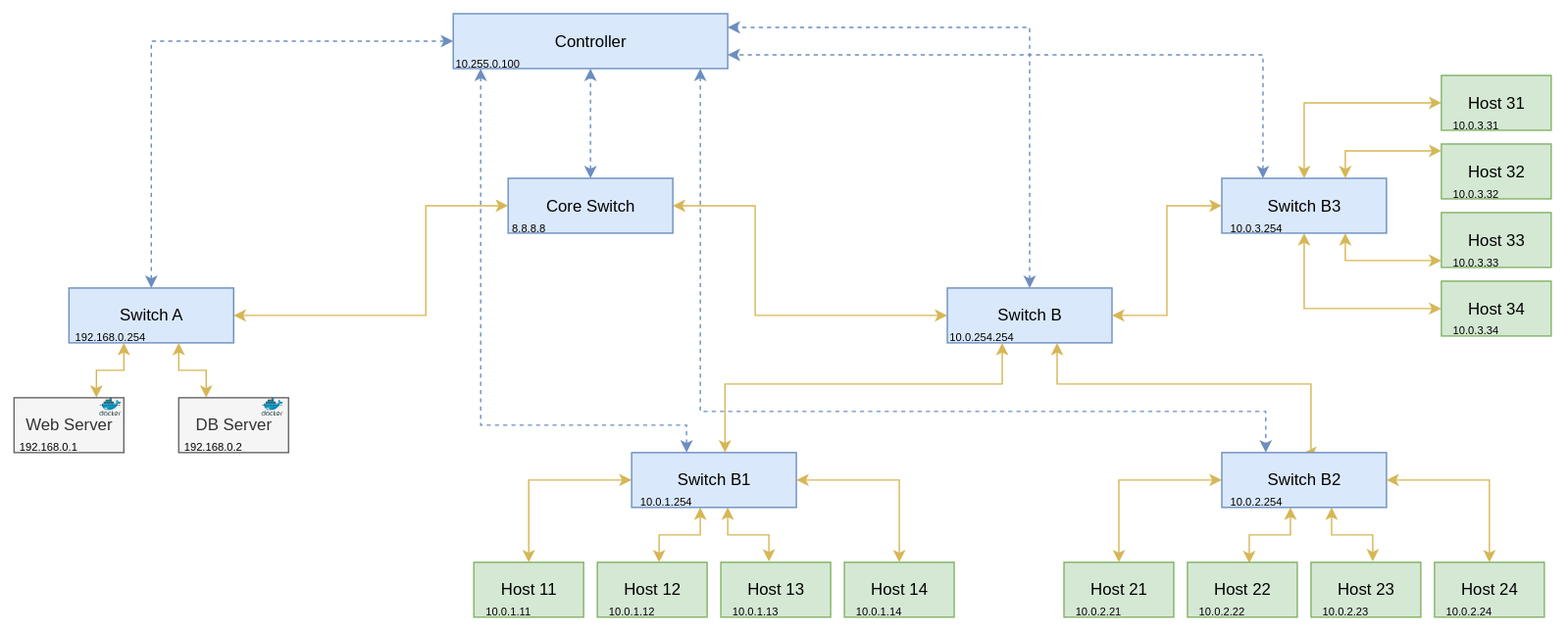
This is assets/topology.drawio.svg from DavideZanolini/sdn-nids-ml, a draw.io export, as it was before one commit. Source tidied: cells renumbered, new cells last; positions are measured from the earlier drawing's top-left corner, leaving out a move shared by most shapes.
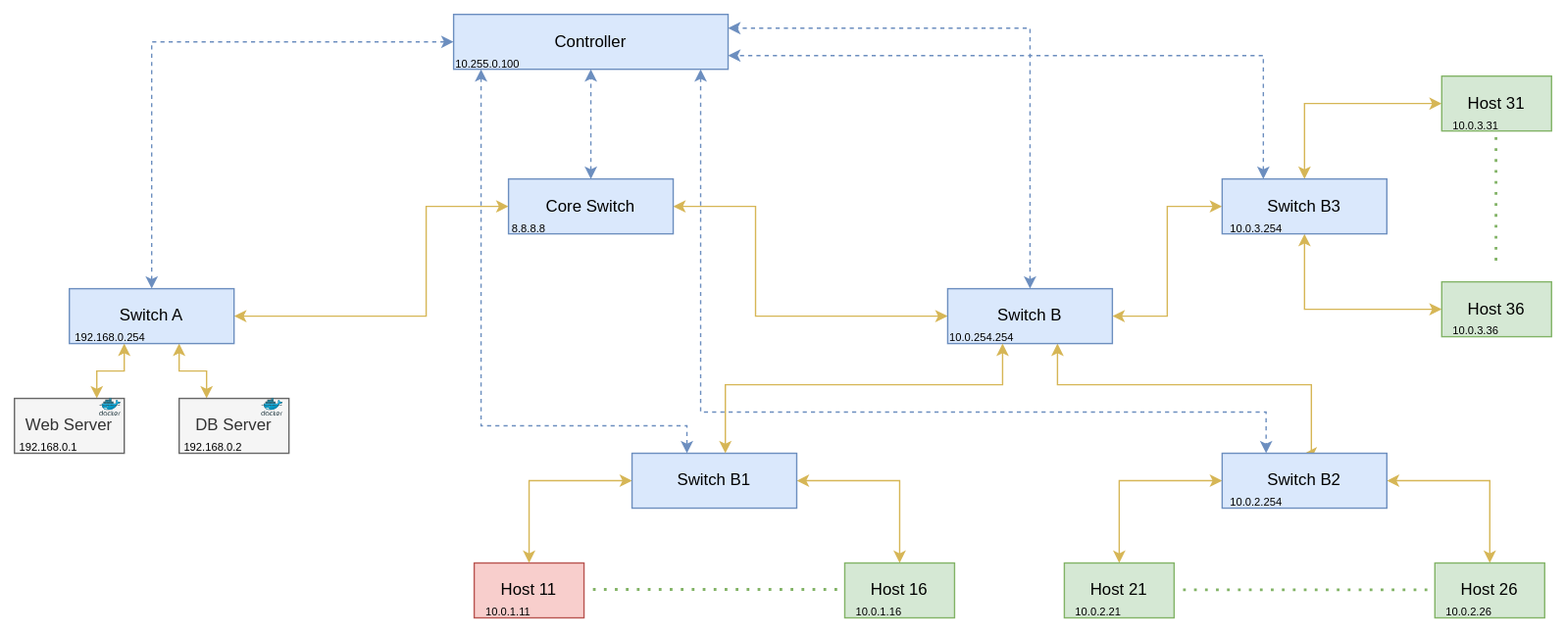
After the commit.

Change to the diagram source:
```diff
@@ -2,12 +2,9 @@
   <root>
     <mxCell id="0" />
     <mxCell id="1" parent="0" />
-    <mxCell id="2" value="Host 11" style="rounded=0;whiteSpace=wrap;html=1;fillColor=#d5e8d4;strokeColor=#82b366;" parent="1" vertex="1">
+    <mxCell id="2" value="Host 11" style="rounded=0;whiteSpace=wrap;html=1;fillColor=#f8cecc;strokeColor=#b85450;" parent="1" vertex="1">
       <mxGeometry x="335" y="400" width="80" height="40" as="geometry" />
     </mxCell>
-    <mxCell id="3" value="Host 12" style="rounded=0;whiteSpace=wrap;html=1;fillColor=#d5e8d4;strokeColor=#82b366;" parent="1" vertex="1">
-      <mxGeometry x="425" y="400" width="80" height="40" as="geometry" />
-    </mxCell>
     <mxCell id="4" style="edgeStyle=orthogonalEdgeStyle;rounded=0;jettySize=auto;html=1;fillColor=#dae8fc;strokeColor=#6c8ebf;startArrow=classic;startFill=1;dashed=1;" parent="1" edge="1" source="6">
       <mxGeometry relative="1" as="geometry">
         <mxPoint x="490" y="320" as="targetPoint" />
@@ -100,25 +97,6 @@
     <mxCell id="19" style="edgeStyle=orthogonalEdgeStyle;rounded=0;jettySize=auto;html=1;entryX=0.5;entryY=0;entryDx=0;entryDy=0;startArrow=classic;startFill=1;fillColor=#fff2cc;strokeColor=#d6b656;" parent="1" edge="1" source="22" target="29">
       <mxGeometry relative="1" as="geometry" />
     </mxCell>
-    <mxCell id="20" style="edgeStyle=orthogonalEdgeStyle;rounded=0;jettySize=auto;html=1;startArrow=classic;startFill=1;fillColor=#fff2cc;strokeColor=#d6b656;" parent="1" edge="1" source="22">
-      <mxGeometry relative="1" as="geometry">
-        <mxPoint x="470" y="400" as="targetPoint" />
-        <Array as="points">
-          <mxPoint x="500" y="380" />
-          <mxPoint x="470" y="380" />
-          <mxPoint x="470" y="400" />
-        </Array>
-      </mxGeometry>
-    </mxCell>
-    <mxCell id="21" style="edgeStyle=orthogonalEdgeStyle;rounded=0;jettySize=auto;html=1;entryX=0.443;entryY=-0.013;entryDx=0;entryDy=0;startArrow=classic;startFill=1;fillColor=#fff2cc;strokeColor=#d6b656;entryPerimeter=0;" parent="1" edge="1" source="22" target="28">
-      <mxGeometry relative="1" as="geometry">
-        <Array as="points">
-          <mxPoint x="520" y="380" />
-          <mxPoint x="550" y="380" />
-          <mxPoint x="550" y="400" />
-        </Array>
-      </mxGeometry>
-    </mxCell>
     <mxCell id="22" value="Switch B1" style="rounded=0;whiteSpace=wrap;html=1;fillColor=#dae8fc;strokeColor=#6c8ebf;" parent="1" vertex="1">
       <mxGeometry x="450" y="320" width="120" height="40" as="geometry" />
     </mxCell>
@@ -128,43 +106,16 @@
     <mxCell id="24" style="edgeStyle=orthogonalEdgeStyle;rounded=0;jettySize=auto;html=1;entryX=0.5;entryY=0;entryDx=0;entryDy=0;fillColor=#fff2cc;strokeColor=#d6b656;startArrow=classic;startFill=1;" parent="1" edge="1" source="27" target="33">
       <mxGeometry relative="1" as="geometry" />
     </mxCell>
-    <mxCell id="25" style="edgeStyle=orthogonalEdgeStyle;rounded=0;jettySize=auto;html=1;entryX=0.556;entryY=-0.016;entryDx=0;entryDy=0;fillColor=#fff2cc;strokeColor=#d6b656;startArrow=classic;startFill=1;entryPerimeter=0;" parent="1" edge="1" source="27" target="32">
-      <mxGeometry relative="1" as="geometry">
-        <Array as="points">
-          <mxPoint x="960" y="380" />
-          <mxPoint x="990" y="380" />
-          <mxPoint x="990" y="399" />
-        </Array>
-      </mxGeometry>
-    </mxCell>
-    <mxCell id="26" style="edgeStyle=orthogonalEdgeStyle;rounded=0;jettySize=auto;html=1;entryX=0.56;entryY=0.016;entryDx=0;entryDy=0;fillColor=#fff2cc;strokeColor=#d6b656;startArrow=classic;startFill=1;entryPerimeter=0;" parent="1" edge="1" source="27" target="31">
-      <mxGeometry relative="1" as="geometry">
-        <Array as="points">
-          <mxPoint x="930" y="380" />
-          <mxPoint x="900" y="380" />
-          <mxPoint x="900" y="401" />
-        </Array>
-      </mxGeometry>
-    </mxCell>
     <mxCell id="27" value="Switch B2" style="rounded=0;whiteSpace=wrap;html=1;fillColor=#dae8fc;strokeColor=#6c8ebf;" parent="1" vertex="1">
       <mxGeometry x="880" y="320" width="120" height="40" as="geometry" />
     </mxCell>
-    <mxCell id="28" value="Host 13" style="rounded=0;whiteSpace=wrap;html=1;fillColor=#d5e8d4;strokeColor=#82b366;" parent="1" vertex="1">
-      <mxGeometry x="515" y="400" width="80" height="40" as="geometry" />
-    </mxCell>
-    <mxCell id="29" value="Host 14" style="rounded=0;whiteSpace=wrap;html=1;fillColor=#d5e8d4;strokeColor=#82b366;" parent="1" vertex="1">
+    <mxCell id="29" value="Host 16" style="rounded=0;whiteSpace=wrap;html=1;fillColor=#d5e8d4;strokeColor=#82b366;" parent="1" vertex="1">
       <mxGeometry x="605" y="400" width="80" height="40" as="geometry" />
     </mxCell>
     <mxCell id="30" value="Host 21" style="rounded=0;whiteSpace=wrap;html=1;fillColor=#d5e8d4;strokeColor=#82b366;" parent="1" vertex="1">
       <mxGeometry x="765" y="400" width="80" height="40" as="geometry" />
     </mxCell>
-    <mxCell id="31" value="Host 22" style="rounded=0;whiteSpace=wrap;html=1;fillColor=#d5e8d4;strokeColor=#82b366;" parent="1" vertex="1">
-      <mxGeometry x="855" y="400" width="80" height="40" as="geometry" />
-    </mxCell>
-    <mxCell id="32" value="Host 23" style="rounded=0;whiteSpace=wrap;html=1;fillColor=#d5e8d4;strokeColor=#82b366;" parent="1" vertex="1">
-      <mxGeometry x="945" y="400" width="80" height="40" as="geometry" />
-    </mxCell>
-    <mxCell id="33" value="Host 24" style="rounded=0;whiteSpace=wrap;html=1;fillColor=#d5e8d4;strokeColor=#82b366;" parent="1" vertex="1">
+    <mxCell id="33" value="Host 26" style="rounded=0;whiteSpace=wrap;html=1;fillColor=#d5e8d4;strokeColor=#82b366;" parent="1" vertex="1">
       <mxGeometry x="1035" y="400" width="80" height="40" as="geometry" />
     </mxCell>
     <mxCell id="34" style="edgeStyle=orthogonalEdgeStyle;rounded=0;jettySize=auto;html=1;fillColor=#fff2cc;strokeColor=#d6b656;startArrow=classic;startFill=1;" parent="1" edge="1" source="17">
@@ -205,31 +156,9 @@
     <mxCell id="41" value="Host 31" style="rounded=0;whiteSpace=wrap;html=1;fillColor=#d5e8d4;strokeColor=#82b366;" parent="1" vertex="1">
       <mxGeometry x="1040" y="45" width="80" height="40" as="geometry" />
     </mxCell>
-    <mxCell id="42" value="Host 32" style="rounded=0;whiteSpace=wrap;html=1;fillColor=#d5e8d4;strokeColor=#82b366;" parent="1" vertex="1">
-      <mxGeometry x="1040" y="95" width="80" height="40" as="geometry" />
-    </mxCell>
-    <mxCell id="43" value="Host 33" style="rounded=0;whiteSpace=wrap;html=1;fillColor=#d5e8d4;strokeColor=#82b366;" parent="1" vertex="1">
-      <mxGeometry x="1040" y="145" width="80" height="40" as="geometry" />
-    </mxCell>
-    <mxCell id="44" value="Host 34" style="rounded=0;whiteSpace=wrap;html=1;fillColor=#d5e8d4;strokeColor=#82b366;" parent="1" vertex="1">
+    <mxCell id="44" value="Host 36" style="rounded=0;whiteSpace=wrap;html=1;fillColor=#d5e8d4;strokeColor=#82b366;" parent="1" vertex="1">
       <mxGeometry x="1040" y="195" width="80" height="40" as="geometry" />
     </mxCell>
-    <mxCell id="45" style="edgeStyle=orthogonalEdgeStyle;rounded=0;jettySize=auto;html=1;entryX=0;entryY=0.375;entryDx=0;entryDy=0;entryPerimeter=0;startArrow=classic;startFill=1;fillColor=#fff2cc;strokeColor=#d6b656;exitX=0.75;exitY=0;exitDx=0;exitDy=0;" parent="1" edge="1" source="40">
-      <mxGeometry relative="1" as="geometry">
-        <mxPoint x="1040" y="100" as="targetPoint" />
-        <Array as="points">
-          <mxPoint x="970" y="100" />
-        </Array>
-      </mxGeometry>
-    </mxCell>
-    <mxCell id="46" style="edgeStyle=orthogonalEdgeStyle;rounded=0;jettySize=auto;html=1;startArrow=classic;startFill=1;fillColor=#fff2cc;strokeColor=#d6b656;" parent="1" edge="1" source="43">
-      <mxGeometry relative="1" as="geometry">
-        <mxPoint x="970" y="160" as="targetPoint" />
-        <Array as="points">
-          <mxPoint x="970" y="180" />
-        </Array>
-      </mxGeometry>
-    </mxCell>
     <mxCell id="47" style="edgeStyle=orthogonalEdgeStyle;rounded=0;jettySize=auto;html=1;startArrow=classic;startFill=1;dashed=1;fillColor=#dae8fc;strokeColor=#6c8ebf;entryX=1;entryY=0.75;entryDx=0;entryDy=0;exitX=0.25;exitY=0;exitDx=0;exitDy=0;" parent="1" edge="1" source="40" target="6">
       <mxGeometry relative="1" as="geometry">
         <Array as="points">
@@ -249,37 +178,19 @@
     <mxCell id="51" value="&lt;font style=&quot;font-size: 8px;&quot;&gt;10.0.1.11&lt;/font&gt;" style="text;html=1;whiteSpace=wrap;strokeColor=none;fillColor=none;align=center;verticalAlign=middle;rounded=0;" parent="1" vertex="1">
       <mxGeometry x="335" y="430" width="50" height="10" as="geometry" />
     </mxCell>
-    <mxCell id="52" value="&lt;font style=&quot;font-size: 8px;&quot;&gt;10.0.1.12&lt;/font&gt;" style="text;html=1;whiteSpace=wrap;strokeColor=none;fillColor=none;align=center;verticalAlign=middle;rounded=0;" parent="1" vertex="1">
-      <mxGeometry x="425" y="430" width="50" height="10" as="geometry" />
-    </mxCell>
-    <mxCell id="53" value="&lt;font style=&quot;font-size: 8px;&quot;&gt;10.0.1.13&lt;/font&gt;" style="text;html=1;whiteSpace=wrap;strokeColor=none;fillColor=none;align=center;verticalAlign=middle;rounded=0;" parent="1" vertex="1">
-      <mxGeometry x="515" y="430" width="50" height="10" as="geometry" />
-    </mxCell>
-    <mxCell id="54" value="&lt;font style=&quot;font-size: 8px;&quot;&gt;10.0.1.14&lt;/font&gt;" style="text;html=1;whiteSpace=wrap;strokeColor=none;fillColor=none;align=center;verticalAlign=middle;rounded=0;" parent="1" vertex="1">
+    <mxCell id="54" value="&lt;font style=&quot;font-size: 8px;&quot;&gt;10.0.1.16&lt;/font&gt;" style="text;html=1;whiteSpace=wrap;strokeColor=none;fillColor=none;align=center;verticalAlign=middle;rounded=0;" parent="1" vertex="1">
       <mxGeometry x="605" y="430" width="50" height="10" as="geometry" />
     </mxCell>
-    <mxCell id="55" value="&lt;font style=&quot;font-size: 8px;&quot;&gt;10.0.2.22&lt;/font&gt;" style="text;html=1;whiteSpace=wrap;strokeColor=none;fillColor=none;align=center;verticalAlign=middle;rounded=0;" parent="1" vertex="1">
-      <mxGeometry x="855" y="430" width="50" height="10" as="geometry" />
-    </mxCell>
     <mxCell id="56" value="&lt;font style=&quot;font-size: 8px;&quot;&gt;10.0.2.21&lt;/font&gt;" style="text;html=1;whiteSpace=wrap;strokeColor=none;fillColor=none;align=center;verticalAlign=middle;rounded=0;" parent="1" vertex="1">
       <mxGeometry x="765" y="430" width="50" height="10" as="geometry" />
     </mxCell>
-    <mxCell id="57" value="&lt;font style=&quot;font-size: 8px;&quot;&gt;10.0.2.23&lt;/font&gt;" style="text;html=1;whiteSpace=wrap;strokeColor=none;fillColor=none;align=center;verticalAlign=middle;rounded=0;" parent="1" vertex="1">
-      <mxGeometry x="945" y="430" width="50" height="10" as="geometry" />
-    </mxCell>
-    <mxCell id="58" value="&lt;font style=&quot;font-size: 8px;&quot;&gt;10.0.2.24&lt;/font&gt;" style="text;html=1;whiteSpace=wrap;strokeColor=none;fillColor=none;align=center;verticalAlign=middle;rounded=0;" parent="1" vertex="1">
+    <mxCell id="58" value="&lt;font style=&quot;font-size: 8px;&quot;&gt;10.0.2.26&lt;/font&gt;" style="text;html=1;whiteSpace=wrap;strokeColor=none;fillColor=none;align=center;verticalAlign=middle;rounded=0;" parent="1" vertex="1">
       <mxGeometry x="1035" y="430" width="50" height="10" as="geometry" />
     </mxCell>
     <mxCell id="59" value="&lt;font style=&quot;font-size: 8px;&quot;&gt;10.0.3.31&lt;/font&gt;" style="text;html=1;whiteSpace=wrap;strokeColor=none;fillColor=none;align=center;verticalAlign=middle;rounded=0;" parent="1" vertex="1">
       <mxGeometry x="1040" y="75" width="50" height="10" as="geometry" />
     </mxCell>
-    <mxCell id="60" value="&lt;font style=&quot;font-size: 8px;&quot;&gt;10.0.3.32&lt;/font&gt;" style="text;html=1;whiteSpace=wrap;strokeColor=none;fillColor=none;align=center;verticalAlign=middle;rounded=0;" parent="1" vertex="1">
-      <mxGeometry x="1040" y="125" width="50" height="10" as="geometry" />
-    </mxCell>
-    <mxCell id="61" value="&lt;font style=&quot;font-size: 8px;&quot;&gt;10.0.3.33&lt;/font&gt;" style="text;html=1;whiteSpace=wrap;strokeColor=none;fillColor=none;align=center;verticalAlign=middle;rounded=0;" parent="1" vertex="1">
-      <mxGeometry x="1040" y="175" width="50" height="10" as="geometry" />
-    </mxCell>
-    <mxCell id="62" value="&lt;font style=&quot;font-size: 8px;&quot;&gt;10.0.3.34&lt;/font&gt;" style="text;html=1;whiteSpace=wrap;strokeColor=none;fillColor=none;align=center;verticalAlign=middle;rounded=0;" parent="1" vertex="1">
+    <mxCell id="62" value="&lt;font style=&quot;font-size: 8px;&quot;&gt;10.0.3.36&lt;/font&gt;" style="text;html=1;whiteSpace=wrap;strokeColor=none;fillColor=none;align=center;verticalAlign=middle;rounded=0;" parent="1" vertex="1">
       <mxGeometry x="1040" y="225" width="50" height="10" as="geometry" />
     </mxCell>
     <mxCell id="63" value="&lt;font style=&quot;font-size: 8px;&quot;&gt;10.0.3.254&lt;/font&gt;" style="text;html=1;whiteSpace=wrap;strokeColor=none;fillColor=none;align=center;verticalAlign=middle;rounded=0;" parent="1" vertex="1">
@@ -288,9 +199,6 @@
     <mxCell id="64" value="&lt;font style=&quot;font-size: 8px;&quot;&gt;10.0.2.254&lt;/font&gt;" style="text;html=1;whiteSpace=wrap;strokeColor=none;fillColor=none;align=center;verticalAlign=middle;rounded=0;" parent="1" vertex="1">
       <mxGeometry x="880" y="350" width="50" height="10" as="geometry" />
     </mxCell>
-    <mxCell id="65" value="&lt;font style=&quot;font-size: 8px;&quot;&gt;10.0.1.254&lt;/font&gt;" style="text;html=1;whiteSpace=wrap;strokeColor=none;fillColor=none;align=center;verticalAlign=middle;rounded=0;" parent="1" vertex="1">
-      <mxGeometry x="450" y="350" width="50" height="10" as="geometry" />
-    </mxCell>
     <mxCell id="66" value="&lt;font style=&quot;font-size: 8px;&quot;&gt;10.0.254.254&lt;/font&gt;" style="text;html=1;whiteSpace=wrap;strokeColor=none;fillColor=none;align=center;verticalAlign=middle;rounded=0;" parent="1" vertex="1">
       <mxGeometry x="680" y="230" width="50" height="10" as="geometry" />
     </mxCell>
@@ -306,5 +214,23 @@
     <mxCell id="70" style="image;sketch=0;html=1;align=center;fontSize=12;image=img/lib/mscae/Docker.svg;" parent="1" vertex="1">
       <mxGeometry x="180" y="280" width="16.1" height="13.2" as="geometry" />
     </mxCell>
+    <mxCell id="71" style="endArrow=none;dashed=1;html=1;dashPattern=1 3;strokeWidth=2;rounded=0;fillColor=#d5e8d4;strokeColor=#82b366;" parent="1" edge="1">
+      <mxGeometry relative="1" as="geometry">
+        <mxPoint x="1080" y="180" as="sourcePoint" />
+        <mxPoint x="1080" y="90" as="targetPoint" />
+      </mxGeometry>
+    </mxCell>
+    <mxCell id="72" style="endArrow=none;dashed=1;html=1;dashPattern=1 3;strokeWidth=2;rounded=0;fillColor=#d5e8d4;strokeColor=#82b366;" parent="1" edge="1">
+      <mxGeometry relative="1" as="geometry">
+        <mxPoint x="1030" y="420" as="sourcePoint" />
+        <mxPoint x="850" y="420" as="targetPoint" />
+      </mxGeometry>
+    </mxCell>
+    <mxCell id="73" style="endArrow=none;dashed=1;html=1;dashPattern=1 3;strokeWidth=2;rounded=0;fillColor=#d5e8d4;strokeColor=#82b366;" parent="1" edge="1">
+      <mxGeometry relative="1" as="geometry">
+        <mxPoint x="600" y="419.8" as="sourcePoint" />
+        <mxPoint x="420" y="419.8" as="targetPoint" />
+      </mxGeometry>
+    </mxCell>
   </root>
 </mxGraphModel>
```
